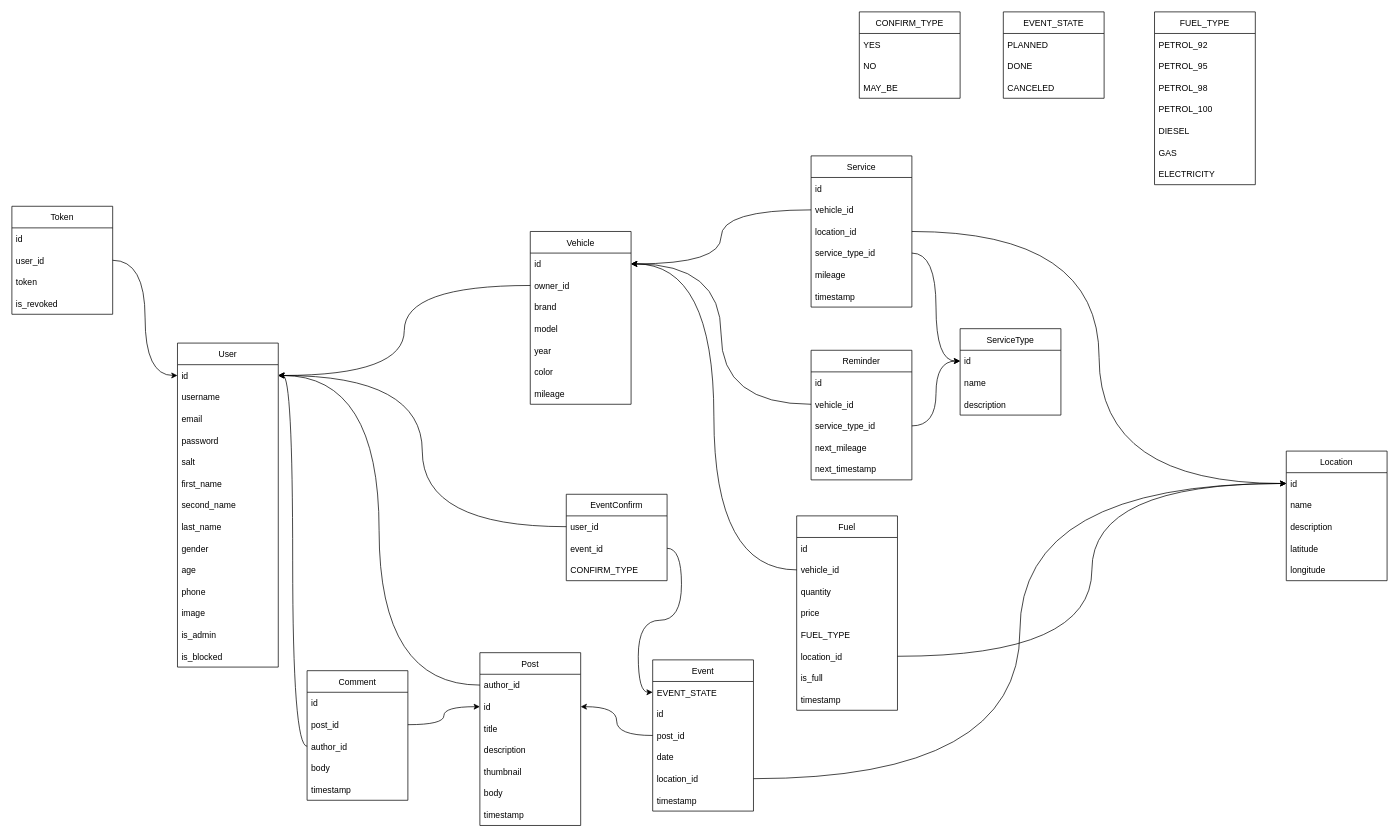
Above: page "Page-1" (1 of 2) of schema.drawio in jadjer/mores (draw.io), before the change. Source tidied: cells renumbered, new cells numbered last; positions are measured from the earlier drawing's top-left corner, leaving out a move shared by most shapes. Both pictures are drawn from the tidied source at 72%, with x=0, y=0 at pixel (12, 12).
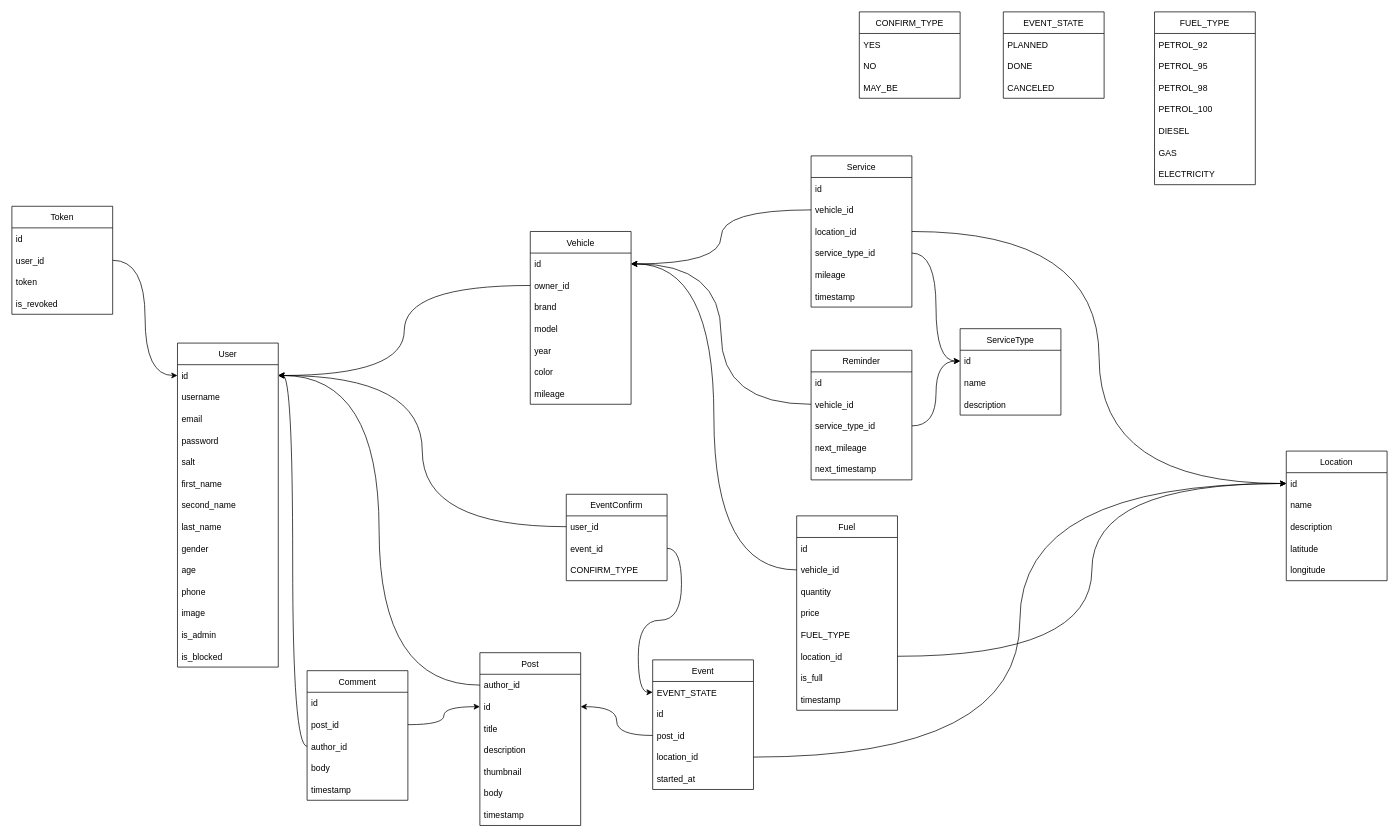
The same page after the edit.

Change to the diagram source:
```diff
@@
     <mxCell id="52" value="Event" style="swimlane;fontStyle=0;horizontal=1;startSize=30;" parent="1" vertex="1">
-      <mxGeometry x="890" y="900" width="140" height="210" as="geometry" />
+      <mxGeometry x="890" y="900" width="140" height="180" as="geometry" />
     </mxCell>
@@
-    <mxCell id="56" value="date" style="text;strokeColor=none;fillColor=none;align=left;verticalAlign=middle;spacingLeft=4;spacingRight=4;overflow=hidden;" parent="52" vertex="1">
-      <mxGeometry y="120" width="140" height="30" as="geometry" />
-    </mxCell>
     <mxCell id="57" value="location_id" style="text;strokeColor=none;fillColor=none;align=left;verticalAlign=middle;spacingLeft=4;spacingRight=4;overflow=hidden;points=[[0,0.5],[1,0.5]];portConstraint=eastwest;" parent="52" vertex="1">
-      <mxGeometry y="150" width="140" height="30" as="geometry" />
+      <mxGeometry y="120" width="140" height="30" as="geometry" />
     </mxCell>
-    <mxCell id="58" value="timestamp" style="text;strokeColor=none;fillColor=none;align=left;verticalAlign=middle;spacingLeft=4;spacingRight=4;overflow=hidden;" parent="52" vertex="1">
-      <mxGeometry y="180" width="140" height="30" as="geometry" />
-    </mxCell>
+    <mxCell id="119" value="started_at" style="text;strokeColor=none;fillColor=none;align=left;verticalAlign=middle;spacingLeft=4;spacingRight=4;overflow=hidden;" parent="52" vertex="1">
+      <mxGeometry y="150" width="140" height="30" as="geometry" />
+    </mxCell>
```
